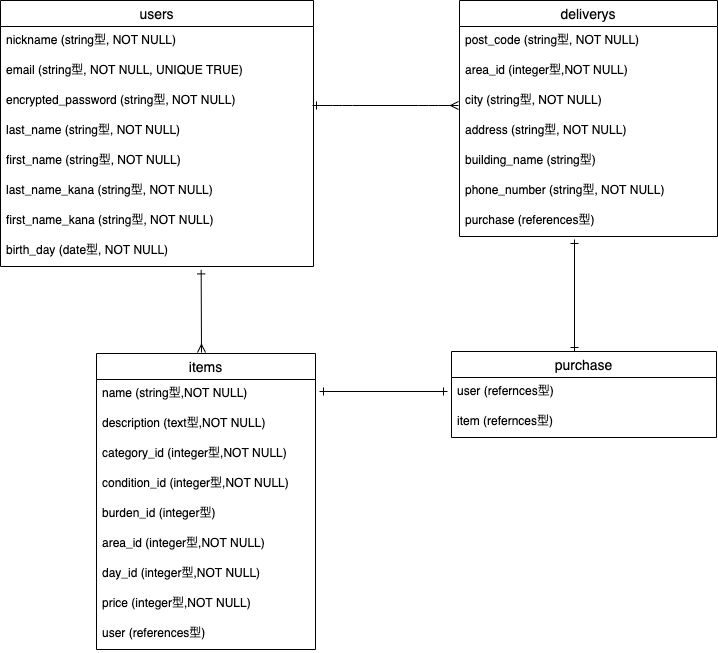
Before: furima.drawio.png, a diagram exported from draw.io (kimurasouichi/furima-35237). Source tidied: cells renumbered, new cells last; positions are measured from the earlier drawing's top-left corner, leaving out a move shared by most shapes.
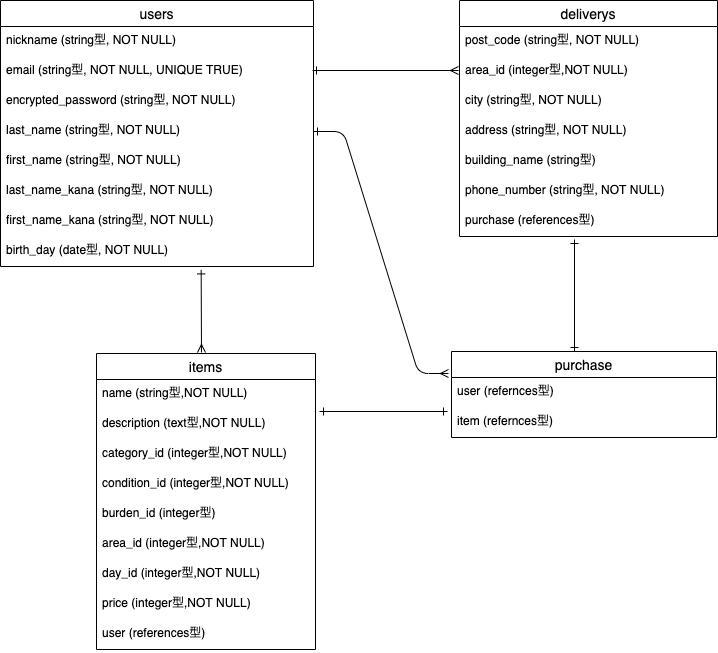
Later version of the same file.

Commit message:
レビューの修正4

Diff of the diagram source:
```diff
@@ -83,10 +83,10 @@
     <mxCell id="28" value="purchase (references型)" style="text;strokeColor=none;fillColor=none;spacingLeft=4;spacingRight=4;overflow=hidden;fontSize=12;" parent="21" vertex="1">
       <mxGeometry y="206" width="258" height="30" as="geometry" />
     </mxCell>
-    <mxCell id="29" style="edgeStyle=entityRelationEdgeStyle;fontSize=12;html=1;endArrow=ERmany;startArrow=ERone;endFill=0;startFill=0;" parent="1" edge="1">
+    <mxCell id="29" style="fontSize=12;html=1;endArrow=ERmany;startArrow=ERone;endFill=0;startFill=0;" parent="1" edge="1">
       <mxGeometry relative="1" as="geometry">
-        <mxPoint x="312" y="105" as="sourcePoint" />
-        <mxPoint x="458" y="105" as="targetPoint" />
+        <mxPoint x="312" y="70" as="sourcePoint" />
+        <mxPoint x="458" y="70" as="targetPoint" />
       </mxGeometry>
     </mxCell>
     <mxCell id="30" style="endArrow=ERone;html=1;rounded=0;startArrow=ERmany;startFill=0;endFill=0;entryX=0.443;entryY=1.114;entryDx=0;entryDy=0;entryPerimeter=0;" parent="1" edge="1">
@@ -118,9 +118,14 @@
     </mxCell>
     <mxCell id="36" style="endArrow=ERone;html=1;rounded=0;endFill=0;startArrow=ERone;startFill=0;" parent="1" edge="1">
       <mxGeometry relative="1" as="geometry">
-        <mxPoint x="319" y="391" as="sourcePoint" />
-        <mxPoint x="447" y="391" as="targetPoint" />
+        <mxPoint x="319" y="411" as="sourcePoint" />
+        <mxPoint x="447" y="411" as="targetPoint" />
       </mxGeometry>
     </mxCell>
+    <mxCell id="37" style="edgeStyle=entityRelationEdgeStyle;fontSize=12;html=1;endArrow=ERmany;startArrow=ERone;endFill=0;startFill=0;exitX=1;exitY=0.5;exitDx=0;exitDy=0;" parent="1" edge="1" source="6">
+      <mxGeometry relative="1" as="geometry">
+        <mxPoint x="448" y="373" as="targetPoint" />
+      </mxGeometry>
+    </mxCell>
   </root>
 </mxGraphModel>
```
